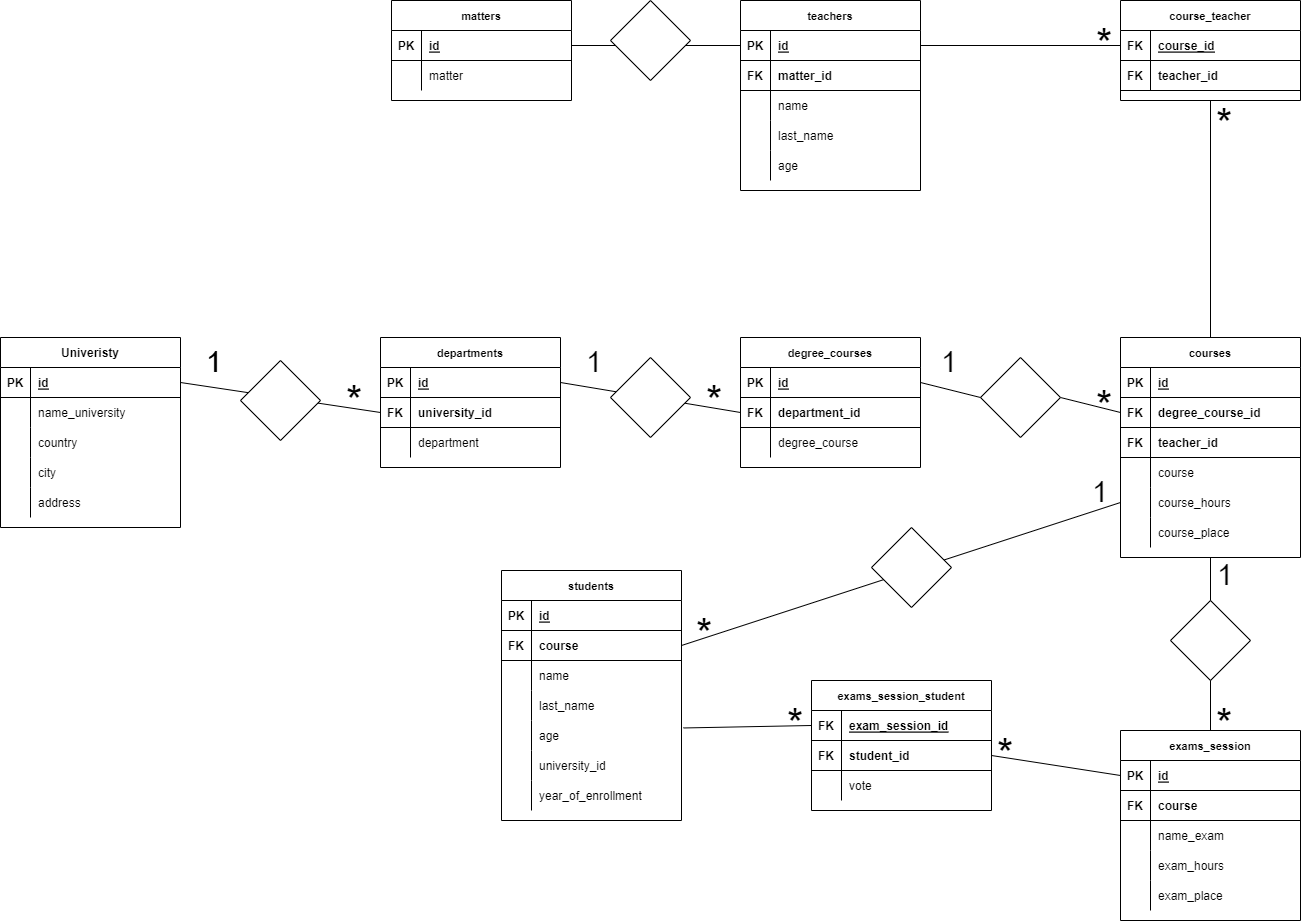
The draw.io diagram Untitled Diagram.drawio.png in MarcoSalvatore91/db-university, before a commit. Source tidied: cells renumbered, new cells last; positions are measured from the earlier drawing's top-left corner, leaving out a move shared by most shapes.
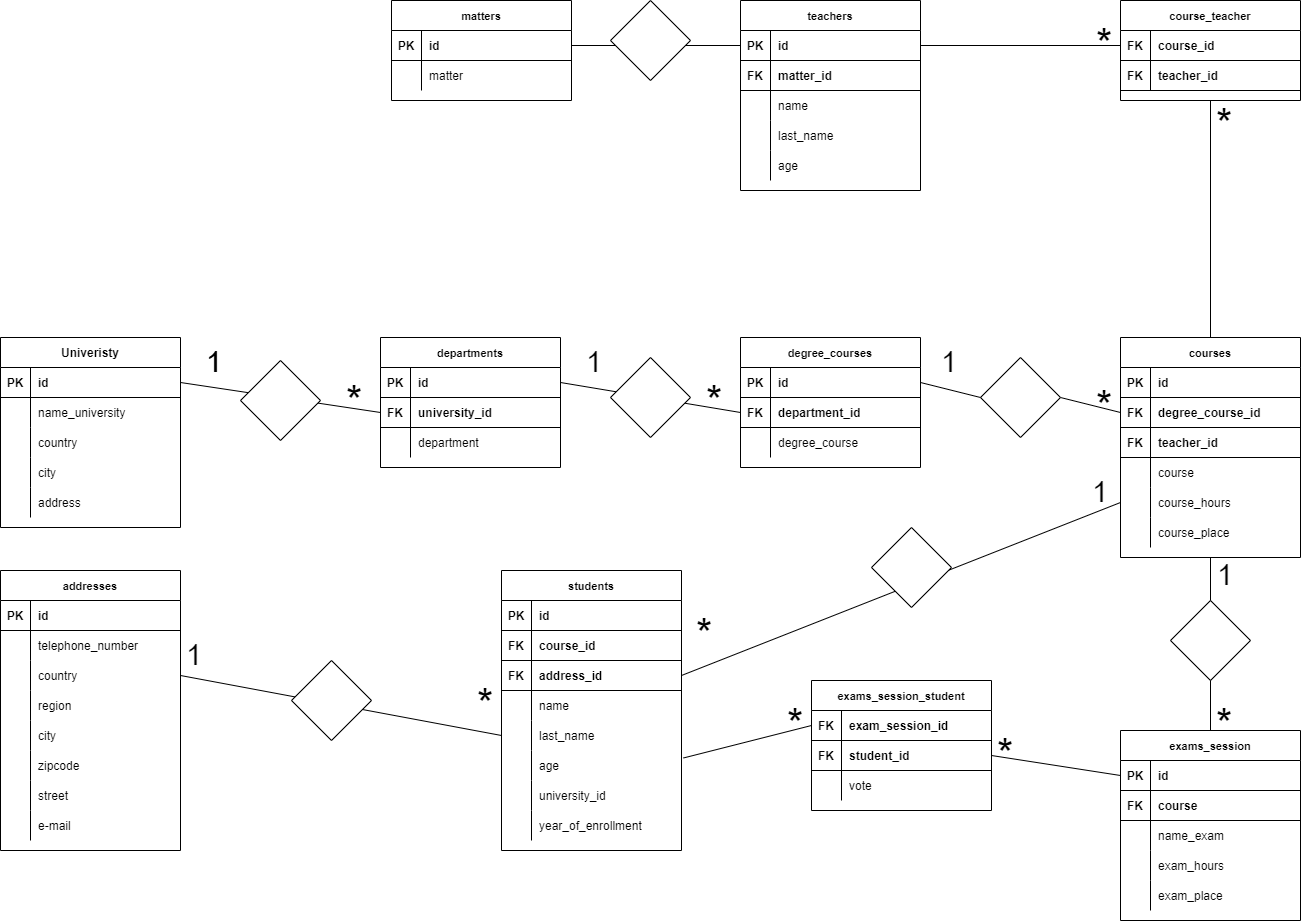
The same diagram one commit later.

The edit, as a diff of the source:
```diff
@@ -13,3 +13,3 @@
     </mxCell>
-    <mxCell id="5" value="id" style="shape=partialRectangle;fillColor=none;top=0;left=0;bottom=0;right=0;align=left;spacingLeft=6;fontStyle=5;overflow=hidden;" parent="3" vertex="1">
+    <mxCell id="5" value="id" style="shape=partialRectangle;fillColor=none;top=0;left=0;bottom=0;right=0;align=left;spacingLeft=6;fontStyle=1;overflow=hidden;" parent="3" vertex="1">
       <mxGeometry x="30" width="150" height="30" as="geometry" />
@@ -70,3 +70,3 @@
     </mxCell>
-    <mxCell id="24" value="id" style="shape=partialRectangle;fillColor=none;top=0;left=0;bottom=0;right=0;align=left;spacingLeft=6;fontStyle=5;overflow=hidden;" parent="22" vertex="1">
+    <mxCell id="24" value="id" style="shape=partialRectangle;fillColor=none;top=0;left=0;bottom=0;right=0;align=left;spacingLeft=6;fontStyle=1;overflow=hidden;" parent="22" vertex="1">
       <mxGeometry x="30" width="150" height="30" as="geometry" />
@@ -100,3 +100,3 @@
     </mxCell>
-    <mxCell id="34" value="id" style="shape=partialRectangle;fillColor=none;top=0;left=0;bottom=0;right=0;align=left;spacingLeft=6;fontStyle=5;overflow=hidden;" parent="32" vertex="1">
+    <mxCell id="34" value="id" style="shape=partialRectangle;fillColor=none;top=0;left=0;bottom=0;right=0;align=left;spacingLeft=6;fontStyle=1;overflow=hidden;" parent="32" vertex="1">
       <mxGeometry x="30" width="150" height="30" as="geometry" />
@@ -142,3 +142,3 @@
     </mxCell>
-    <mxCell id="48" value="id" style="shape=partialRectangle;fillColor=none;top=0;left=0;bottom=0;right=0;align=left;spacingLeft=6;fontStyle=5;overflow=hidden;" parent="46" vertex="1">
+    <mxCell id="48" value="id" style="shape=partialRectangle;fillColor=none;top=0;left=0;bottom=0;right=0;align=left;spacingLeft=6;fontStyle=1;overflow=hidden;" parent="46" vertex="1">
       <mxGeometry x="30" width="150" height="30" as="geometry" />
@@ -220,3 +220,3 @@
     </mxCell>
-    <mxCell id="74" value="id" style="shape=partialRectangle;fillColor=none;top=0;left=0;bottom=0;right=0;align=left;spacingLeft=6;fontStyle=5;overflow=hidden;" parent="72" vertex="1">
+    <mxCell id="74" value="id" style="shape=partialRectangle;fillColor=none;top=0;left=0;bottom=0;right=0;align=left;spacingLeft=6;fontStyle=1;overflow=hidden;" parent="72" vertex="1">
       <mxGeometry x="30" width="150" height="30" as="geometry" />
@@ -274,3 +274,3 @@
     </mxCell>
-    <mxCell id="92" value="id" style="shape=partialRectangle;fillColor=none;top=0;left=0;bottom=0;right=0;align=left;spacingLeft=6;fontStyle=5;overflow=hidden;" parent="90" vertex="1">
+    <mxCell id="92" value="id" style="shape=partialRectangle;fillColor=none;top=0;left=0;bottom=0;right=0;align=left;spacingLeft=6;fontStyle=1;overflow=hidden;" parent="90" vertex="1">
       <mxGeometry x="30" width="150" height="30" as="geometry" />
@@ -301,3 +301,3 @@
     </mxCell>
-    <mxCell id="101" value="course_id" style="shape=partialRectangle;fillColor=none;top=0;left=0;bottom=0;right=0;align=left;spacingLeft=6;fontStyle=5;overflow=hidden;" parent="99" vertex="1">
+    <mxCell id="101" value="course_id" style="shape=partialRectangle;fillColor=none;top=0;left=0;bottom=0;right=0;align=left;spacingLeft=6;fontStyle=1;overflow=hidden;" parent="99" vertex="1">
       <mxGeometry x="30" width="150" height="30" as="geometry" />
@@ -328,3 +328,3 @@
     </mxCell>
-    <mxCell id="110" value="id" style="shape=partialRectangle;fillColor=none;top=0;left=0;bottom=0;right=0;align=left;spacingLeft=6;fontStyle=5;overflow=hidden;" parent="108" vertex="1">
+    <mxCell id="110" value="id" style="shape=partialRectangle;fillColor=none;top=0;left=0;bottom=0;right=0;align=left;spacingLeft=6;fontStyle=1;overflow=hidden;" parent="108" vertex="1">
       <mxGeometry x="30" width="150" height="30" as="geometry" />
@@ -377,3 +377,3 @@
     <mxCell id="126" value="students" style="shape=table;startSize=30;rowLines=0;fontStyle=1;align=center;fontSize=11;" parent="1" vertex="1">
-      <mxGeometry x="501" y="570" width="180" height="250" as="geometry" />
+      <mxGeometry x="501" y="570" width="180" height="280" as="geometry" />
     </mxCell>
@@ -385,7 +385,16 @@
     </mxCell>
-    <mxCell id="129" value="id" style="shape=partialRectangle;fillColor=none;top=0;left=0;bottom=0;right=0;align=left;spacingLeft=6;fontStyle=5;overflow=hidden;" parent="127" vertex="1">
+    <mxCell id="129" value="id" style="shape=partialRectangle;fillColor=none;top=0;left=0;bottom=0;right=0;align=left;spacingLeft=6;fontStyle=1;overflow=hidden;" parent="127" vertex="1">
       <mxGeometry x="30" width="150" height="30" as="geometry" />
     </mxCell>
+    <mxCell id="167" style="shape=tableRow;horizontal=0;startSize=0;swimlaneHead=0;swimlaneBody=0;fillColor=none;top=0;left=0;right=0;bottom=1;" parent="126" vertex="1">
+      <mxGeometry y="60" width="180" height="30" as="geometry" />
+    </mxCell>
+    <mxCell id="168" value="FK" style="shape=partialRectangle;fillColor=none;top=0;left=0;bottom=0;right=0;fontStyle=1;overflow=hidden;" parent="167" vertex="1">
+      <mxGeometry width="30" height="30" as="geometry" />
+    </mxCell>
+    <mxCell id="169" value="course_id" style="shape=partialRectangle;fillColor=none;top=0;left=0;bottom=0;right=0;align=left;spacingLeft=6;fontStyle=1;overflow=hidden;labelBorderColor=none;" parent="167" vertex="1">
+      <mxGeometry x="30" width="150" height="30" as="geometry" />
+    </mxCell>
     <mxCell id="130" style="shape=tableRow;horizontal=0;startSize=0;swimlaneHead=0;swimlaneBody=0;fillColor=none;points=[[0,0.5],[1,0.5]];portConstraint=eastwest;top=0;left=0;right=0;bottom=1;" parent="126" vertex="1">
-      <mxGeometry y="60" width="180" height="30" as="geometry" />
+      <mxGeometry y="90" width="180" height="30" as="geometry" />
     </mxCell>
@@ -394,3 +403,3 @@
     </mxCell>
-    <mxCell id="132" value="course" style="shape=partialRectangle;fillColor=none;top=0;left=0;bottom=0;right=0;align=left;spacingLeft=6;fontStyle=1;overflow=hidden;labelBorderColor=none;" parent="130" vertex="1">
+    <mxCell id="132" value="address_id" style="shape=partialRectangle;fillColor=none;top=0;left=0;bottom=0;right=0;align=left;spacingLeft=6;fontStyle=1;overflow=hidden;labelBorderColor=none;" parent="130" vertex="1">
       <mxGeometry x="30" width="150" height="30" as="geometry" />
@@ -398,3 +407,3 @@
     <mxCell id="133" style="shape=tableRow;horizontal=0;startSize=0;swimlaneHead=0;swimlaneBody=0;fillColor=none;top=0;left=0;right=0;bottom=0;" parent="126" vertex="1">
-      <mxGeometry y="90" width="180" height="30" as="geometry" />
+      <mxGeometry y="120" width="180" height="30" as="geometry" />
     </mxCell>
@@ -407,3 +416,3 @@
     <mxCell id="136" style="shape=tableRow;horizontal=0;startSize=0;swimlaneHead=0;swimlaneBody=0;fillColor=none;points=[[0,0.5],[1,0.5]];portConstraint=eastwest;top=0;left=0;right=0;bottom=0;" parent="126" vertex="1">
-      <mxGeometry y="120" width="180" height="30" as="geometry" />
+      <mxGeometry y="150" width="180" height="30" as="geometry" />
     </mxCell>
@@ -416,3 +425,3 @@
     <mxCell id="139" style="shape=tableRow;horizontal=0;startSize=0;swimlaneHead=0;swimlaneBody=0;fillColor=none;points=[[0,0.5],[1,0.5]];portConstraint=eastwest;top=0;left=0;right=0;bottom=0;" parent="126" vertex="1">
-      <mxGeometry y="150" width="180" height="30" as="geometry" />
+      <mxGeometry y="180" width="180" height="30" as="geometry" />
     </mxCell>
@@ -425,3 +434,3 @@
     <mxCell id="142" style="shape=tableRow;horizontal=0;startSize=0;swimlaneHead=0;swimlaneBody=0;fillColor=none;top=0;left=0;right=0;bottom=0;" parent="126" vertex="1">
-      <mxGeometry y="180" width="180" height="30" as="geometry" />
+      <mxGeometry y="210" width="180" height="30" as="geometry" />
     </mxCell>
@@ -434,3 +443,3 @@
     <mxCell id="145" style="shape=tableRow;horizontal=0;startSize=0;swimlaneHead=0;swimlaneBody=0;fillColor=none;top=0;left=0;right=0;bottom=0;" parent="126" vertex="1">
-      <mxGeometry y="210" width="180" height="30" as="geometry" />
+      <mxGeometry y="240" width="180" height="30" as="geometry" />
     </mxCell>
@@ -460,3 +469,3 @@
     </mxCell>
-    <mxCell id="154" value="exam_session_id" style="shape=partialRectangle;fillColor=none;top=0;left=0;bottom=0;right=0;align=left;spacingLeft=6;fontStyle=5;overflow=hidden;" parent="152" vertex="1">
+    <mxCell id="154" value="exam_session_id" style="shape=partialRectangle;fillColor=none;top=0;left=0;bottom=0;right=0;align=left;spacingLeft=6;fontStyle=1;overflow=hidden;" parent="152" vertex="1">
       <mxGeometry x="30" width="150" height="30" as="geometry" />
@@ -499,2 +508,89 @@
     </mxCell>
+    <mxCell id="170" value="addresses" style="shape=table;startSize=30;rowLines=0;fontStyle=1;align=center;fontSize=11;" parent="1" vertex="1">
+      <mxGeometry y="570" width="180" height="280" as="geometry" />
+    </mxCell>
+    <mxCell id="171" style="shape=tableRow;horizontal=0;startSize=0;swimlaneHead=0;swimlaneBody=0;fillColor=none;top=0;left=0;right=0;bottom=1;" parent="170" vertex="1">
+      <mxGeometry y="30" width="180" height="30" as="geometry" />
+    </mxCell>
+    <mxCell id="172" value="PK" style="shape=partialRectangle;fillColor=none;top=0;left=0;bottom=0;right=0;fontStyle=1;overflow=hidden;" parent="171" vertex="1">
+      <mxGeometry width="30" height="30" as="geometry" />
+    </mxCell>
+    <mxCell id="173" value="id" style="shape=partialRectangle;fillColor=none;top=0;left=0;bottom=0;right=0;align=left;spacingLeft=6;fontStyle=1;overflow=hidden;" parent="171" vertex="1">
+      <mxGeometry x="30" width="150" height="30" as="geometry" />
+    </mxCell>
+    <mxCell id="174" style="shape=tableRow;horizontal=0;startSize=0;swimlaneHead=0;swimlaneBody=0;fillColor=none;top=0;left=0;right=0;bottom=0;" parent="170" vertex="1">
+      <mxGeometry y="60" width="180" height="30" as="geometry" />
+    </mxCell>
+    <mxCell id="175" style="shape=partialRectangle;fillColor=none;top=0;left=0;bottom=0;right=0;overflow=hidden;" parent="174" vertex="1">
+      <mxGeometry width="30" height="30" as="geometry" />
+    </mxCell>
+    <mxCell id="176" value="telephone_number" style="shape=partialRectangle;fillColor=none;top=0;left=0;bottom=0;right=0;align=left;spacingLeft=6;overflow=hidden;" parent="174" vertex="1">
+      <mxGeometry x="30" width="150" height="30" as="geometry" />
+    </mxCell>
+    <mxCell id="177" style="shape=tableRow;horizontal=0;startSize=0;swimlaneHead=0;swimlaneBody=0;fillColor=none;points=[[0,0.5],[1,0.5]];portConstraint=eastwest;top=0;left=0;right=0;bottom=0;" parent="170" vertex="1">
+      <mxGeometry y="90" width="180" height="30" as="geometry" />
+    </mxCell>
+    <mxCell id="178" style="shape=partialRectangle;fillColor=none;top=0;left=0;bottom=0;right=0;overflow=hidden;" parent="177" vertex="1">
+      <mxGeometry width="30" height="30" as="geometry" />
+    </mxCell>
+    <mxCell id="179" value="country" style="shape=partialRectangle;fillColor=none;top=0;left=0;bottom=0;right=0;align=left;spacingLeft=6;overflow=hidden;" parent="177" vertex="1">
+      <mxGeometry x="30" width="150" height="30" as="geometry" />
+    </mxCell>
+    <mxCell id="180" style="shape=tableRow;horizontal=0;startSize=0;swimlaneHead=0;swimlaneBody=0;fillColor=none;top=0;left=0;right=0;bottom=0;" parent="170" vertex="1">
+      <mxGeometry y="120" width="180" height="30" as="geometry" />
+    </mxCell>
+    <mxCell id="181" style="shape=partialRectangle;fillColor=none;top=0;left=0;bottom=0;right=0;overflow=hidden;" parent="180" vertex="1">
+      <mxGeometry width="30" height="30" as="geometry" />
+    </mxCell>
+    <mxCell id="182" value="region" style="shape=partialRectangle;fillColor=none;top=0;left=0;bottom=0;right=0;align=left;spacingLeft=6;overflow=hidden;" parent="180" vertex="1">
+      <mxGeometry x="30" width="150" height="30" as="geometry" />
+    </mxCell>
+    <mxCell id="183" style="shape=tableRow;horizontal=0;startSize=0;swimlaneHead=0;swimlaneBody=0;fillColor=none;top=0;left=0;right=0;bottom=0;" parent="170" vertex="1">
+      <mxGeometry y="150" width="180" height="30" as="geometry" />
+    </mxCell>
+    <mxCell id="184" style="shape=partialRectangle;fillColor=none;top=0;left=0;bottom=0;right=0;overflow=hidden;" parent="183" vertex="1">
+      <mxGeometry width="30" height="30" as="geometry" />
+    </mxCell>
+    <mxCell id="185" value="city" style="shape=partialRectangle;fillColor=none;top=0;left=0;bottom=0;right=0;align=left;spacingLeft=6;overflow=hidden;" parent="183" vertex="1">
+      <mxGeometry x="30" width="150" height="30" as="geometry" />
+    </mxCell>
+    <mxCell id="186" style="shape=tableRow;horizontal=0;startSize=0;swimlaneHead=0;swimlaneBody=0;fillColor=none;top=0;left=0;right=0;bottom=0;" parent="170" vertex="1">
+      <mxGeometry y="180" width="180" height="30" as="geometry" />
+    </mxCell>
+    <mxCell id="187" style="shape=partialRectangle;fillColor=none;top=0;left=0;bottom=0;right=0;overflow=hidden;" parent="186" vertex="1">
+      <mxGeometry width="30" height="30" as="geometry" />
+    </mxCell>
+    <mxCell id="188" value="zipcode" style="shape=partialRectangle;fillColor=none;top=0;left=0;bottom=0;right=0;align=left;spacingLeft=6;overflow=hidden;" parent="186" vertex="1">
+      <mxGeometry x="30" width="150" height="30" as="geometry" />
+    </mxCell>
+    <mxCell id="189" style="shape=tableRow;horizontal=0;startSize=0;swimlaneHead=0;swimlaneBody=0;fillColor=none;top=0;left=0;right=0;bottom=0;" parent="170" vertex="1">
+      <mxGeometry y="210" width="180" height="30" as="geometry" />
+    </mxCell>
+    <mxCell id="190" style="shape=partialRectangle;fillColor=none;top=0;left=0;bottom=0;right=0;overflow=hidden;" parent="189" vertex="1">
+      <mxGeometry width="30" height="30" as="geometry" />
+    </mxCell>
+    <mxCell id="191" value="street" style="shape=partialRectangle;fillColor=none;top=0;left=0;bottom=0;right=0;align=left;spacingLeft=6;overflow=hidden;" parent="189" vertex="1">
+      <mxGeometry x="30" width="150" height="30" as="geometry" />
+    </mxCell>
+    <mxCell id="192" style="shape=tableRow;horizontal=0;startSize=0;swimlaneHead=0;swimlaneBody=0;fillColor=none;top=0;left=0;right=0;bottom=0;" parent="170" vertex="1">
+      <mxGeometry y="240" width="180" height="30" as="geometry" />
+    </mxCell>
+    <mxCell id="193" style="shape=partialRectangle;fillColor=none;top=0;left=0;bottom=0;right=0;overflow=hidden;" parent="192" vertex="1">
+      <mxGeometry width="30" height="30" as="geometry" />
+    </mxCell>
+    <mxCell id="194" value="e-mail" style="shape=partialRectangle;fillColor=none;top=0;left=0;bottom=0;right=0;align=left;spacingLeft=6;overflow=hidden;" parent="192" vertex="1">
+      <mxGeometry x="30" width="150" height="30" as="geometry" />
+    </mxCell>
+    <mxCell id="195" style="endArrow=none;html=1;rounded=0;fontSize=42;exitX=1;exitY=0.5;exitDx=0;exitDy=0;entryX=0;entryY=0.5;entryDx=0;entryDy=0;" parent="1" edge="1" source="177" target="136">
+      <mxGeometry relative="1" as="geometry" />
+    </mxCell>
+    <mxCell id="196" value="*" style="text;strokeColor=none;fillColor=none;spacingLeft=4;spacingRight=4;overflow=hidden;fontSize=42;" parent="1" vertex="1">
+      <mxGeometry x="471" y="670" width="40" height="30" as="geometry" />
+    </mxCell>
+    <mxCell id="197" value="1" style="text;strokeColor=none;fillColor=none;spacingLeft=4;spacingRight=4;overflow=hidden;fontSize=29;" parent="1" vertex="1">
+      <mxGeometry x="180" y="630" width="40" height="30" as="geometry" />
+    </mxCell>
+    <mxCell id="198" style="rhombus;whiteSpace=wrap;html=1;labelBorderColor=none;fontSize=42;" parent="1" vertex="1">
+      <mxGeometry x="291" y="660" width="80" height="80" as="geometry" />
+    </mxCell>
   </root>
```
